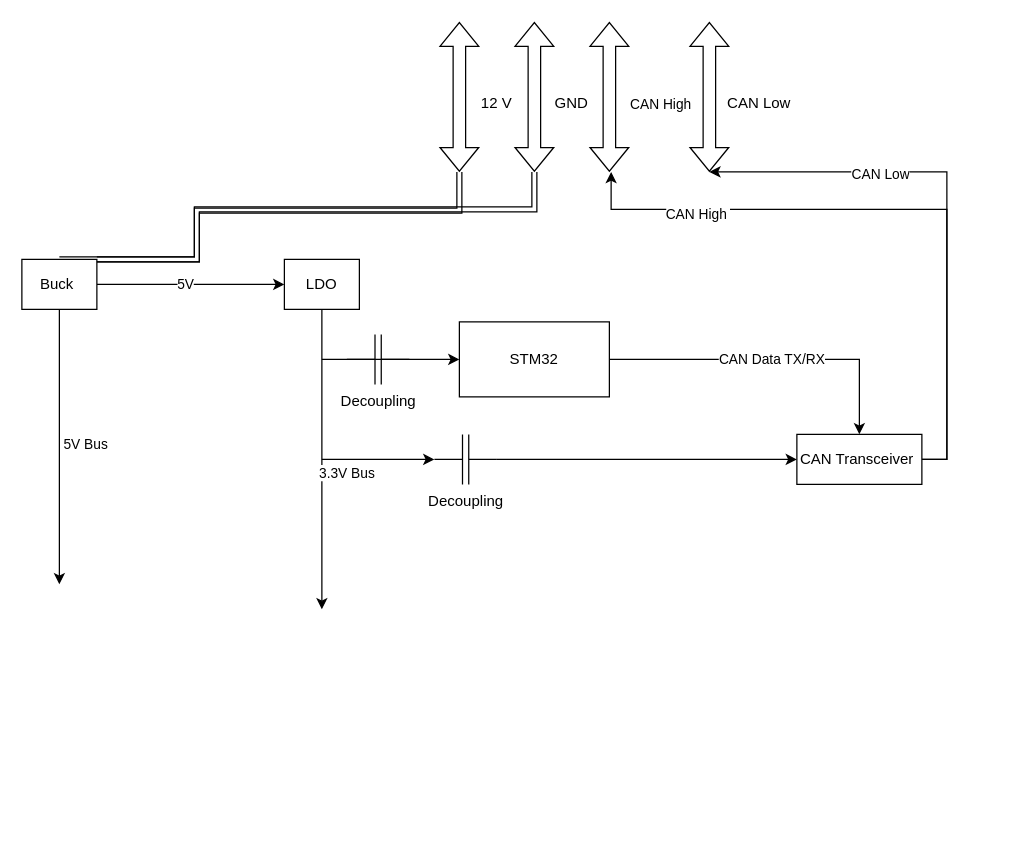
Jdrisle/Electronic-Paddle-shifting keeps this draw.io diagram as hardware/steering-wheel-pcb/Untitled Diagram.drawio. Above is the earlier version. Source tidied: cells renumbered, new cells numbered last; positions are measured from the earlier drawing's top-left corner, leaving out a move shared by most shapes. Both pictures are drawn from the tidied source at 125%, with x=0, y=0 at pixel (21, 21).
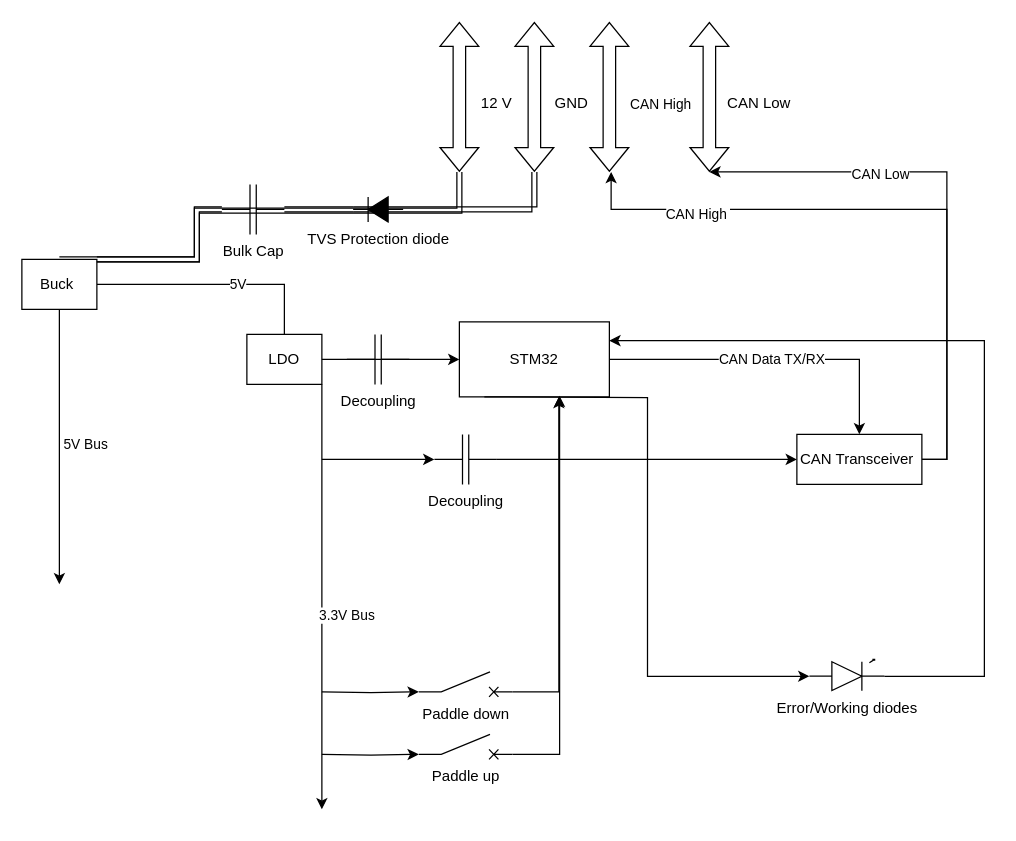
After the change.

Commit message:
Rough final schematic sketch

The change refers to these unchanged cells:
```xml
<mxCell id="15" value="Buck&amp;nbsp;" style="rounded=0;whiteSpace=wrap;html=1;" parent="1" vertex="1">
  <mxGeometry y="190" width="60" height="40" as="geometry" />
</mxCell>
<mxCell id="19" value="STM32" style="rounded=0;whiteSpace=wrap;html=1;" parent="1" vertex="1">
  <mxGeometry x="350" y="240" width="120" height="60" as="geometry" />
</mxCell>
```

Change to the diagram source:
```diff
@@
-    <mxCell id="14" style="edgeStyle=orthogonalEdgeStyle;rounded=0;jettySize=auto;html=1;shape=link;" parent="1" edge="1" source="15">
+    <mxCell id="14" style="edgeStyle=orthogonalEdgeStyle;rounded=0;jettySize=auto;html=1;shape=link;" parent="1" edge="1" source="35">
       <mxGeometry relative="1" as="geometry">
         <mxPoint x="410" y="120" as="targetPoint" />
         <Array as="points">
-          <mxPoint x="140" y="190" />
           <mxPoint x="140" y="150" />
           <mxPoint x="410" y="150" />
         </Array>
       </mxGeometry>
     </mxCell>
@@
     <mxCell id="16" value="3.3V Bus" style="edgeStyle=orthogonalEdgeStyle;rounded=0;jettySize=auto;html=1;" parent="1" edge="1" source="17">
       <mxGeometry x="0.09" y="20" relative="1" as="geometry">
-        <mxPoint x="240" y="470" as="targetPoint" />
+        <mxPoint x="240" y="630" as="targetPoint" />
         <Array as="points">
           <mxPoint x="240" y="280" />
           <mxPoint x="240" y="280" />
         </Array>
       </mxGeometry>
     </mxCell>
     <mxCell id="17" value="LDO" style="rounded=0;whiteSpace=wrap;html=1;" parent="1" vertex="1">
-      <mxGeometry x="210" y="190" width="60" height="40" as="geometry" />
+      <mxGeometry x="180" y="250" width="60" height="40" as="geometry" />
     </mxCell>
@@
+    <mxCell id="30" style="edgeStyle=orthogonalEdgeStyle;rounded=0;jettySize=auto;html=1;exitX=0;exitY=0.8;exitDx=0;exitDy=0;entryX=0;entryY=0.8;entryDx=0;entryDy=0;" parent="1" edge="1" target="31">
+      <mxGeometry relative="1" as="geometry">
+        <mxPoint x="240" y="536" as="sourcePoint" />
+      </mxGeometry>
+    </mxCell>
+    <mxCell id="31" value="Paddle down" style="verticalLabelPosition=bottom;shadow=0;dashed=0;align=center;html=1;verticalAlign=top;shape=mxgraph.electrical.electro-mechanical.circuitBreaker2;elSwitchState=off;" parent="1" vertex="1">
+      <mxGeometry x="317.5" y="520" width="75" height="20" as="geometry" />
+    </mxCell>
+    <mxCell id="32" style="edgeStyle=orthogonalEdgeStyle;rounded=0;jettySize=auto;html=1;exitX=0;exitY=0.8;exitDx=0;exitDy=0;entryX=0;entryY=0.8;entryDx=0;entryDy=0;" parent="1" edge="1" target="33">
+      <mxGeometry relative="1" as="geometry">
+        <mxPoint x="240" y="586" as="sourcePoint" />
+      </mxGeometry>
+    </mxCell>
+    <mxCell id="33" value="Paddle up" style="verticalLabelPosition=bottom;shadow=0;dashed=0;align=center;html=1;verticalAlign=top;shape=mxgraph.electrical.electro-mechanical.circuitBreaker2;elSwitchState=off;" parent="1" vertex="1">
+      <mxGeometry x="317.5" y="570" width="75" height="20" as="geometry" />
+    </mxCell>
+    <mxCell id="34" style="edgeStyle=orthogonalEdgeStyle;rounded=0;jettySize=auto;html=1;shape=link;" parent="1" edge="1" source="39" target="35">
+      <mxGeometry relative="1" as="geometry" />
+    </mxCell>
+    <mxCell id="35" value="TVS Protection diode" style="fillColor=strokeColor;verticalLabelPosition=bottom;shadow=0;dashed=0;align=center;html=1;verticalAlign=top;shape=mxgraph.electrical.diodes.diode;direction=west;" parent="1" vertex="1">
+      <mxGeometry x="265" y="140" width="40" height="20" as="geometry" />
+    </mxCell>
+    <mxCell id="36" style="edgeStyle=orthogonalEdgeStyle;rounded=0;jettySize=auto;html=1;entryX=0.663;entryY=1;entryDx=0;entryDy=0;entryPerimeter=0;exitX=1;exitY=0.8;exitDx=0;exitDy=0;" parent="1" edge="1" source="31" target="19">
+      <mxGeometry relative="1" as="geometry" />
+    </mxCell>
+    <mxCell id="37" style="edgeStyle=orthogonalEdgeStyle;rounded=0;jettySize=auto;html=1;exitX=1;exitY=0.8;exitDx=0;exitDy=0;entryX=0.668;entryY=0.986;entryDx=0;entryDy=0;entryPerimeter=0;" parent="1" edge="1" source="33" target="19">
+      <mxGeometry relative="1" as="geometry" />
+    </mxCell>
+    <mxCell id="38" style="edgeStyle=orthogonalEdgeStyle;rounded=0;jettySize=auto;html=1;shape=link;" parent="1" edge="1" source="15" target="39">
+      <mxGeometry relative="1" as="geometry">
+        <Array as="points">
+          <mxPoint x="140" y="190" />
+        </Array>
+      </mxGeometry>
+    </mxCell>
+    <mxCell id="39" value="Bulk Cap" style="verticalLabelPosition=bottom;shadow=0;dashed=0;align=center;html=1;verticalAlign=top;shape=mxgraph.electrical.capacitors.capacitor_1;" parent="1" vertex="1">
+      <mxGeometry x="160" y="130" width="50" height="40" as="geometry" />
+    </mxCell>
+    <mxCell id="40" style="edgeStyle=orthogonalEdgeStyle;rounded=0;jettySize=auto;html=1;exitX=1;exitY=0.54;exitDx=0;exitDy=0;exitPerimeter=0;entryX=1;entryY=0.25;entryDx=0;entryDy=0;" parent="1" edge="1" source="41" target="19">
+      <mxGeometry relative="1" as="geometry">
+        <Array as="points">
+          <mxPoint x="770" y="524" />
+          <mxPoint x="770" y="255" />
+        </Array>
+      </mxGeometry>
+    </mxCell>
+    <mxCell id="41" value="Error/Working diodes" style="verticalLabelPosition=bottom;shadow=0;dashed=0;align=center;html=1;verticalAlign=top;shape=mxgraph.electrical.opto_electronics.led_1;" parent="1" vertex="1">
+      <mxGeometry x="630" y="510" width="60" height="25" as="geometry" />
+    </mxCell>
+    <mxCell id="42" style="edgeStyle=orthogonalEdgeStyle;rounded=0;jettySize=auto;html=1;entryX=0;entryY=0.54;entryDx=0;entryDy=0;entryPerimeter=0;" parent="1" edge="1" target="41">
+      <mxGeometry relative="1" as="geometry">
+        <mxPoint x="370" y="300" as="sourcePoint" />
+      </mxGeometry>
+    </mxCell>
```
